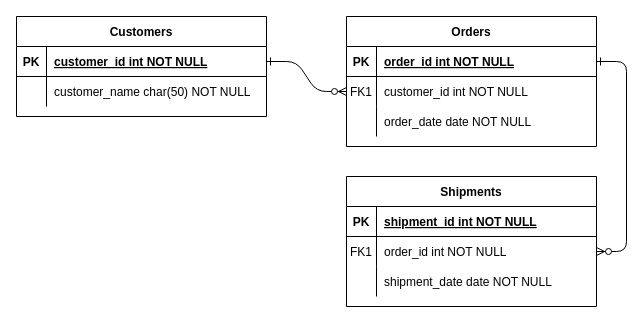
This is er.drawio from teartao/study-notes, a draw.io file, before an edit. Source tidied: cells renumbered, new cells numbered last; positions are measured from the earlier drawing's top-left corner, leaving out a move shared by most shapes. Both pictures are drawn from the tidied source at 100%, with x=0, y=0 at pixel (16, 16).
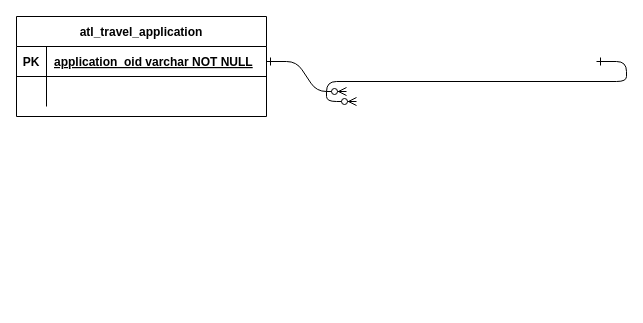
The same diagram, later.

Unchanged cells that the change refers to:
```xml
<mxCell id="25" style="shape=partialRectangle;fillColor=none;points=[[0,0.5],[1,0.5]];portConstraint=eastwest;top=0;left=0;right=0;bottom=1;" parent="24" vertex="1">
  <mxGeometry y="30" width="250" height="30" as="geometry" />
</mxCell>
<mxCell id="28" style="shape=partialRectangle;fillColor=none;top=0;left=0;right=0;bottom=0;" parent="24" vertex="1">
  <mxGeometry y="60" width="250" height="30" as="geometry" />
</mxCell>
```

What changed in the source:
```diff
@@
-    <mxCell id="2" style="edgeStyle=entityRelationEdgeStyle;endArrow=ERzeroToMany;startArrow=ERone;endFill=1;startFill=0;" parent="1" edge="1" source="25" target="8">
-      <mxGeometry relative="1" as="geometry" />
+    <mxCell id="2" style="edgeStyle=entityRelationEdgeStyle;endArrow=ERzeroToMany;startArrow=ERone;endFill=1;startFill=0;" parent="1" edge="1" source="25">
+      <mxGeometry relative="1" as="geometry">
+        <mxPoint x="330" y="75" as="targetPoint" />
+      </mxGeometry>
     </mxCell>
-    <mxCell id="3" style="edgeStyle=entityRelationEdgeStyle;endArrow=ERzeroToMany;startArrow=ERone;endFill=1;startFill=0;" parent="1" edge="1" source="5" target="18">
-      <mxGeometry relative="1" as="geometry" />
+    <mxCell id="3" style="edgeStyle=entityRelationEdgeStyle;endArrow=ERzeroToMany;startArrow=ERone;endFill=1;startFill=0;" parent="1" edge="1">
+      <mxGeometry relative="1" as="geometry">
+        <mxPoint x="580" y="45" as="sourcePoint" />
+        <mxPoint x="340" y="85" as="targetPoint" />
+      </mxGeometry>
     </mxCell>
-    <mxCell id="4" value="Orders" style="shape=table;startSize=30;childLayout=tableLayout;rowLines=0;fontStyle=1;align=center;" parent="1" vertex="1">
-      <mxGeometry x="330" width="250" height="130" as="geometry" />
-    </mxCell>
-    <mxCell id="5" style="shape=partialRectangle;fillColor=none;points=[[0,0.5],[1,0.5]];portConstraint=eastwest;top=0;left=0;right=0;bottom=1;" parent="4" vertex="1">
-      <mxGeometry y="30" width="250" height="30" as="geometry" />
-    </mxCell>
-    <mxCell id="6" value="PK" style="shape=partialRectangle;overflow=hidden;fillColor=none;top=0;left=0;bottom=0;right=0;fontStyle=1;" parent="5" vertex="1">
-      <mxGeometry width="30" height="30" as="geometry" />
-    </mxCell>
-    <mxCell id="7" value="order_id int NOT NULL " style="shape=partialRectangle;overflow=hidden;fillColor=none;top=0;left=0;bottom=0;right=0;align=left;spacingLeft=6;fontStyle=5;" parent="5" vertex="1">
-      <mxGeometry x="30" width="220" height="30" as="geometry" />
-    </mxCell>
-    <mxCell id="8" style="shape=partialRectangle;fillColor=none;points=[[0,0.5],[1,0.5]];portConstraint=eastwest;top=0;left=0;right=0;bottom=0;" parent="4" vertex="1">
-      <mxGeometry y="60" width="250" height="30" as="geometry" />
-    </mxCell>
-    <mxCell id="9" value="FK1" style="shape=partialRectangle;overflow=hidden;fillColor=none;top=0;left=0;bottom=0;right=0;" parent="8" vertex="1">
-      <mxGeometry width="30" height="30" as="geometry" />
-    </mxCell>
-    <mxCell id="10" value="customer_id int NOT NULL" style="shape=partialRectangle;overflow=hidden;fillColor=none;top=0;left=0;bottom=0;right=0;align=left;spacingLeft=6;" parent="8" vertex="1">
-      <mxGeometry x="30" width="220" height="30" as="geometry" />
-    </mxCell>
-    <mxCell id="11" style="shape=partialRectangle;fillColor=none;top=0;left=0;right=0;bottom=0;" parent="4" vertex="1">
-      <mxGeometry y="90" width="250" height="30" as="geometry" />
-    </mxCell>
-    <mxCell id="12" style="shape=partialRectangle;overflow=hidden;fillColor=none;top=0;left=0;bottom=0;right=0;" parent="11" vertex="1">
-      <mxGeometry width="30" height="30" as="geometry" />
-    </mxCell>
-    <mxCell id="13" value="order_date date NOT NULL" style="shape=partialRectangle;overflow=hidden;fillColor=none;top=0;left=0;bottom=0;right=0;align=left;spacingLeft=6;" parent="11" vertex="1">
-      <mxGeometry x="30" width="220" height="30" as="geometry" />
-    </mxCell>
-    <mxCell id="14" value="Shipments" style="shape=table;startSize=30;childLayout=tableLayout;rowLines=0;fontStyle=1;align=center;" parent="1" vertex="1">
-      <mxGeometry x="330" y="160" width="250" height="130" as="geometry" />
-    </mxCell>
-    <mxCell id="15" style="shape=partialRectangle;fillColor=none;top=0;left=0;right=0;bottom=1;" parent="14" vertex="1">
-      <mxGeometry y="30" width="250" height="30" as="geometry" />
-    </mxCell>
-    <mxCell id="16" value="PK" style="shape=partialRectangle;overflow=hidden;fillColor=none;top=0;left=0;bottom=0;right=0;fontStyle=1;" parent="15" vertex="1">
-      <mxGeometry width="30" height="30" as="geometry" />
-    </mxCell>
-    <mxCell id="17" value="shipment_id int NOT NULL " style="shape=partialRectangle;overflow=hidden;fillColor=none;top=0;left=0;bottom=0;right=0;align=left;spacingLeft=6;fontStyle=5;" parent="15" vertex="1">
-      <mxGeometry x="30" width="220" height="30" as="geometry" />
-    </mxCell>
-    <mxCell id="18" style="shape=partialRectangle;fillColor=none;points=[[0,0.5],[1,0.5]];portConstraint=eastwest;top=0;left=0;right=0;bottom=0;" parent="14" vertex="1">
-      <mxGeometry y="60" width="250" height="30" as="geometry" />
-    </mxCell>
-    <mxCell id="19" value="FK1" style="shape=partialRectangle;overflow=hidden;fillColor=none;top=0;left=0;bottom=0;right=0;" parent="18" vertex="1">
-      <mxGeometry width="30" height="30" as="geometry" />
-    </mxCell>
-    <mxCell id="20" value="order_id int NOT NULL" style="shape=partialRectangle;overflow=hidden;fillColor=none;top=0;left=0;bottom=0;right=0;align=left;spacingLeft=6;" parent="18" vertex="1">
-      <mxGeometry x="30" width="220" height="30" as="geometry" />
-    </mxCell>
-    <mxCell id="21" style="shape=partialRectangle;fillColor=none;top=0;left=0;right=0;bottom=0;" parent="14" vertex="1">
-      <mxGeometry y="90" width="250" height="30" as="geometry" />
-    </mxCell>
-    <mxCell id="22" style="shape=partialRectangle;overflow=hidden;fillColor=none;top=0;left=0;bottom=0;right=0;" parent="21" vertex="1">
-      <mxGeometry width="30" height="30" as="geometry" />
-    </mxCell>
-    <mxCell id="23" value="shipment_date date NOT NULL" style="shape=partialRectangle;overflow=hidden;fillColor=none;top=0;left=0;bottom=0;right=0;align=left;spacingLeft=6;" parent="21" vertex="1">
-      <mxGeometry x="30" width="220" height="30" as="geometry" />
-    </mxCell>
-    <mxCell id="24" value="Customers" style="shape=table;startSize=30;childLayout=tableLayout;rowLines=0;fontStyle=1;align=center;" parent="1" vertex="1">
+    <mxCell id="24" value="atl_travel_application" style="shape=table;startSize=30;childLayout=tableLayout;rowLines=0;fontStyle=1;align=center;" parent="1" vertex="1">
       <mxGeometry width="250" height="100" as="geometry" />
     </mxCell>
@@
-    <mxCell id="27" value="customer_id int NOT NULL " style="shape=partialRectangle;overflow=hidden;fillColor=none;top=0;left=0;bottom=0;right=0;align=left;spacingLeft=6;fontStyle=5;" parent="25" vertex="1">
+    <mxCell id="27" value="application_oid varchar NOT NULL " style="shape=partialRectangle;overflow=hidden;fillColor=none;top=0;left=0;bottom=0;right=0;align=left;spacingLeft=6;fontStyle=5;" parent="25" vertex="1">
       <mxGeometry x="30" width="220" height="30" as="geometry" />
     </mxCell>
@@
-    <mxCell id="30" value="customer_name char(50) NOT NULL" style="shape=partialRectangle;overflow=hidden;fillColor=none;top=0;left=0;bottom=0;right=0;align=left;spacingLeft=6;" parent="28" vertex="1">
+    <mxCell id="30" style="shape=partialRectangle;overflow=hidden;fillColor=none;top=0;left=0;bottom=0;right=0;align=left;spacingLeft=6;" parent="28" vertex="1">
       <mxGeometry x="30" width="220" height="30" as="geometry" />
     </mxCell>
```
